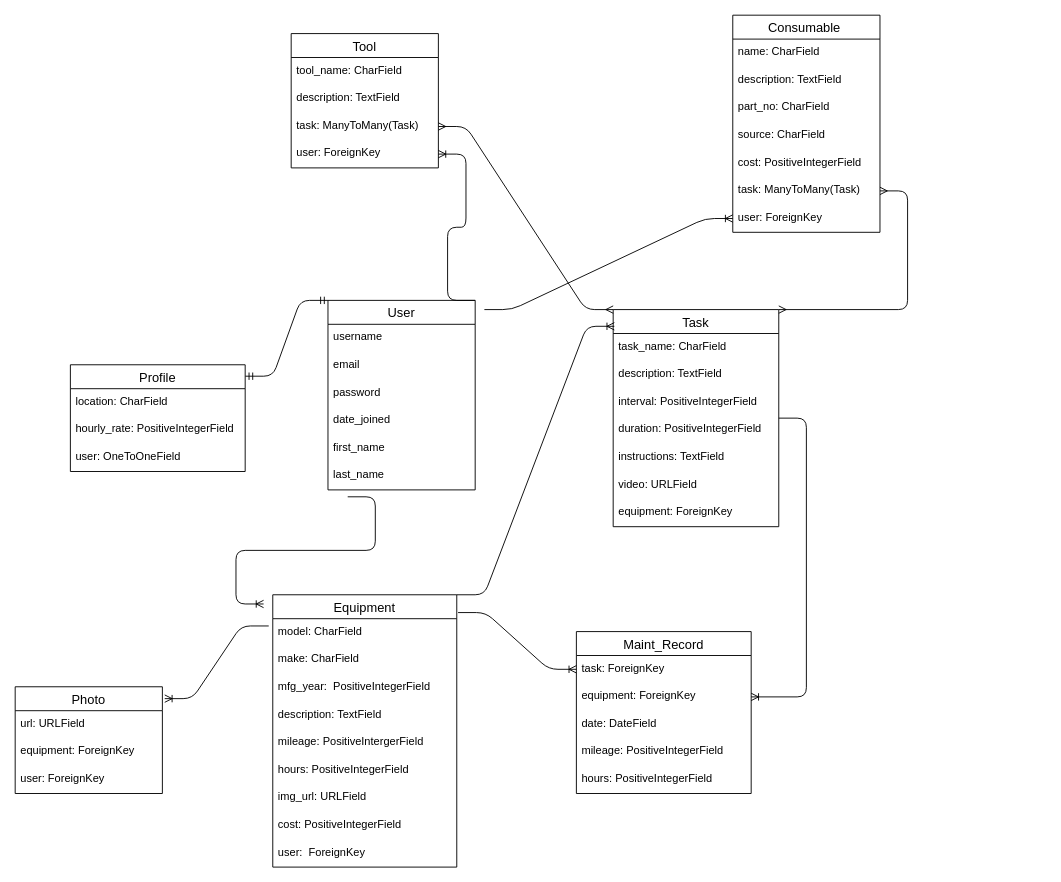
Earlier version of the draw.io diagram planning_docs/ERD.drawio (nistalb/Country-Mechanic). Source tidied: cells renumbered, new cells numbered last; positions are measured from the earlier drawing's top-left corner, leaving out a move shared by most shapes. Both pictures are drawn from the tidied source at 92%, with x=0, y=0 at pixel (15, 15).
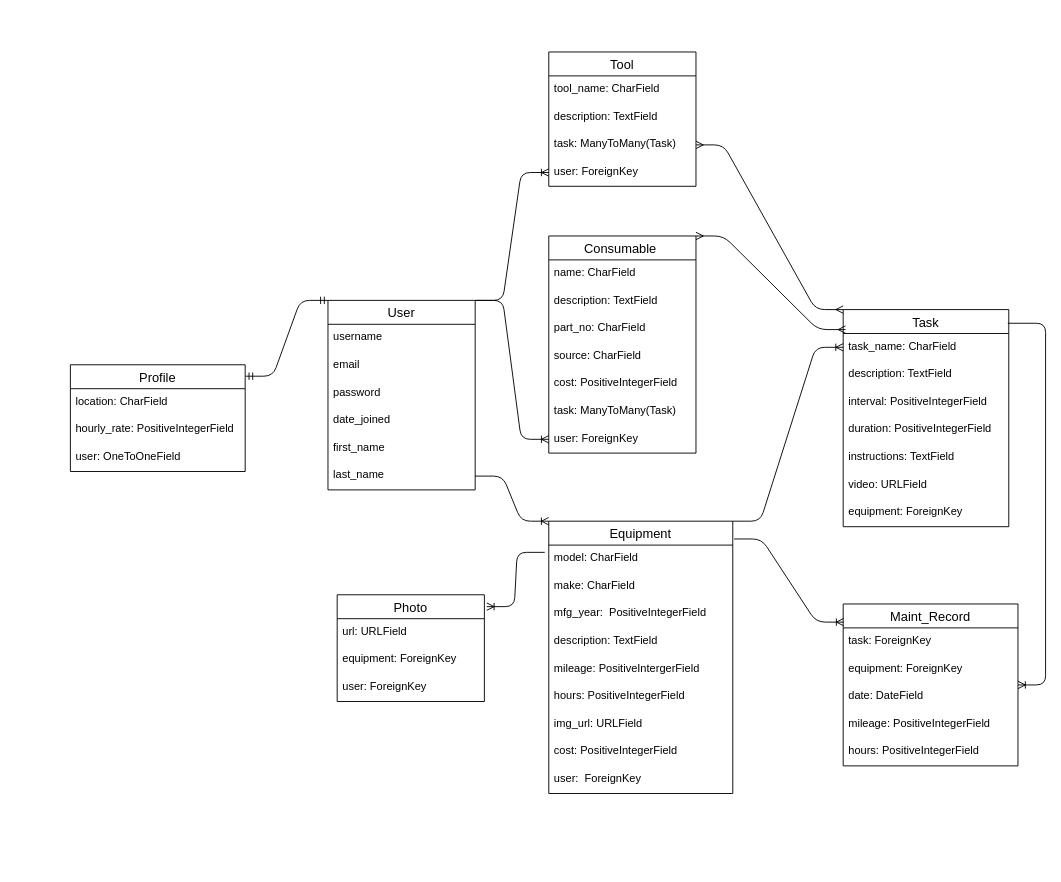
The same page after the edit.

Unchanged cells that the change refers to:
```xml
<mxCell id="8" value="last_name" style="text;strokeColor=none;fillColor=none;spacingLeft=4;spacingRight=4;overflow=hidden;points=[[0,0.5],[1,0.5]];portConstraint=eastwest;fontSize=12;" parent="2" vertex="1">
  <mxGeometry y="176" width="160" height="30" as="geometry" />
</mxCell>
<mxCell id="14" value="task_name: CharField" style="text;strokeColor=none;fillColor=none;spacingLeft=4;spacingRight=4;overflow=hidden;points=[[0,0.5],[1,0.5]];portConstraint=eastwest;fontSize=12;" parent="13" vertex="1">
  <mxGeometry y="26" width="180" height="30" as="geometry" />
</mxCell>
<mxCell id="32" value="task: ManyToMany(Task)" style="text;strokeColor=none;fillColor=none;spacingLeft=4;spacingRight=4;overflow=hidden;points=[[0,0.5],[1,0.5]];portConstraint=eastwest;fontSize=12;" parent="26" vertex="1">
  <mxGeometry y="176" width="160" height="30" as="geometry" />
</mxCell>
<mxCell id="33" value="user: ForeignKey" style="text;strokeColor=none;fillColor=none;spacingLeft=4;spacingRight=4;overflow=hidden;points=[[0,0.5],[1,0.5]];portConstraint=eastwest;fontSize=12;" parent="26" vertex="1">
  <mxGeometry y="206" width="160" height="30" as="geometry" />
</mxCell>
<mxCell id="35" value="model: CharField" style="text;strokeColor=none;fillColor=none;spacingLeft=4;spacingRight=4;overflow=hidden;points=[[0,0.5],[1,0.5]];portConstraint=eastwest;fontSize=12;" parent="34" vertex="1">
  <mxGeometry y="26" width="200" height="30" as="geometry" />
</mxCell>
<mxCell id="50" value="task: ForeignKey" style="text;strokeColor=none;fillColor=none;spacingLeft=4;spacingRight=4;overflow=hidden;points=[[0,0.5],[1,0.5]];portConstraint=eastwest;fontSize=12;" parent="49" vertex="1">
  <mxGeometry y="26" width="190" height="30" as="geometry" />
</mxCell>
<mxCell id="51" value="equipment: ForeignKey" style="text;strokeColor=none;fillColor=none;spacingLeft=4;spacingRight=4;overflow=hidden;points=[[0,0.5],[1,0.5]];portConstraint=eastwest;fontSize=12;" parent="49" vertex="1">
  <mxGeometry y="56" width="190" height="30" as="geometry" />
</mxCell>
```

Change to the diagram source:
```diff
@@
     <mxCell id="13" value="Task" style="swimlane;fontStyle=0;horizontal=1;startSize=26;align=center;fontSize=14;" parent="1" vertex="1">
-      <mxGeometry x="650" y="320" width="180" height="236" as="geometry" />
+      <mxGeometry x="900" y="320" width="180" height="236" as="geometry" />
     </mxCell>
@@
     <mxCell id="21" value="Tool" style="swimlane;fontStyle=0;horizontal=1;startSize=26;align=center;fontSize=14;" parent="1" vertex="1">
-      <mxGeometry x="300" y="20" width="160" height="146" as="geometry" />
+      <mxGeometry x="580" y="40" width="160" height="146" as="geometry" />
     </mxCell>
@@
     <mxCell id="26" value="Consumable " style="swimlane;fontStyle=0;horizontal=1;startSize=26;align=center;fontSize=14;" parent="1" vertex="1">
-      <mxGeometry x="780" width="160" height="236" as="geometry" />
+      <mxGeometry x="580" y="240" width="160" height="236" as="geometry" />
     </mxCell>
@@
     <mxCell id="34" value="Equipment" style="swimlane;fontStyle=0;horizontal=1;startSize=26;align=center;fontSize=14;" parent="1" vertex="1">
-      <mxGeometry x="280" y="630" width="200" height="296" as="geometry" />
+      <mxGeometry x="580" y="550" width="200" height="296" as="geometry" />
     </mxCell>
@@
-    <mxCell id="45" style="edgeStyle=entityRelationEdgeStyle;fontSize=12;html=1;endArrow=ERoneToMany;exitX=0.134;exitY=1.25;exitDx=0;exitDy=0;exitPerimeter=0;" parent="1" edge="1" source="8">
-      <mxGeometry relative="1" as="geometry">
-        <mxPoint x="270" y="640" as="targetPoint" />
-      </mxGeometry>
+    <mxCell id="45" style="edgeStyle=entityRelationEdgeStyle;fontSize=12;html=1;endArrow=ERoneToMany;exitX=1;exitY=0.5;exitDx=0;exitDy=0;entryX=0;entryY=0;entryDx=0;entryDy=0;" parent="1" edge="1" source="8" target="34">
+      <mxGeometry relative="1" as="geometry" />
     </mxCell>
-    <mxCell id="46" style="edgeStyle=entityRelationEdgeStyle;fontSize=12;html=1;endArrow=ERoneToMany;exitX=1;exitY=0;exitDx=0;exitDy=0;entryX=0.007;entryY=0.077;entryDx=0;entryDy=0;entryPerimeter=0;" parent="1" edge="1" source="34" target="13">
+    <mxCell id="46" style="edgeStyle=entityRelationEdgeStyle;fontSize=12;html=1;endArrow=ERoneToMany;exitX=1;exitY=0;exitDx=0;exitDy=0;entryX=0;entryY=0.5;entryDx=0;entryDy=0;" parent="1" edge="1" source="34" target="14">
       <mxGeometry relative="1" as="geometry" />
     </mxCell>
@@
-    <mxCell id="48" style="edgeStyle=entityRelationEdgeStyle;fontSize=12;html=1;endArrow=ERmany;startArrow=ERmany;exitX=1;exitY=0;exitDx=0;exitDy=0;" parent="1" edge="1" source="13" target="32">
+    <mxCell id="48" style="edgeStyle=entityRelationEdgeStyle;fontSize=12;html=1;endArrow=ERmany;startArrow=ERmany;exitX=0.014;exitY=-0.142;exitDx=0;exitDy=0;exitPerimeter=0;entryX=1;entryY=0;entryDx=0;entryDy=0;" parent="1" edge="1" source="14" target="26">
       <mxGeometry relative="1" as="geometry" />
     </mxCell>
     <mxCell id="49" value="Maint_Record" style="swimlane;fontStyle=0;horizontal=1;startSize=26;align=center;fontSize=14;" parent="1" vertex="1">
-      <mxGeometry x="610" y="670" width="190" height="176" as="geometry" />
+      <mxGeometry x="900" y="640" width="190" height="176" as="geometry" />
     </mxCell>
@@
-    <mxCell id="55" style="edgeStyle=entityRelationEdgeStyle;fontSize=12;html=1;endArrow=ERoneToMany;exitX=1.007;exitY=-0.222;exitDx=0;exitDy=0;entryX=0;entryY=0.5;entryDx=0;entryDy=0;exitPerimeter=0;" parent="1" edge="1" source="35" target="50">
+    <mxCell id="55" style="edgeStyle=entityRelationEdgeStyle;fontSize=12;html=1;endArrow=ERoneToMany;exitX=1.007;exitY=-0.222;exitDx=0;exitDy=0;entryX=0.003;entryY=0.112;entryDx=0;entryDy=0;exitPerimeter=0;entryPerimeter=0;" parent="1" edge="1" source="35" target="49">
       <mxGeometry relative="1" as="geometry" />
     </mxCell>
-    <mxCell id="56" style="edgeStyle=entityRelationEdgeStyle;fontSize=12;html=1;endArrow=ERoneToMany;" parent="1" edge="1" source="13" target="51">
-      <mxGeometry relative="1" as="geometry" />
-    </mxCell>
     <mxCell id="57" value="Photo" style="swimlane;fontStyle=0;horizontal=1;startSize=26;align=center;fontSize=14;" parent="1" vertex="1">
-      <mxGeometry y="730" width="160" height="116" as="geometry" />
+      <mxGeometry x="350" y="630" width="160" height="116" as="geometry" />
     </mxCell>
@@
     <mxCell id="63" style="edgeStyle=entityRelationEdgeStyle;fontSize=12;html=1;endArrow=ERoneToMany;entryX=0;entryY=0.5;entryDx=0;entryDy=0;" parent="1" edge="1" target="33">
       <mxGeometry relative="1" as="geometry">
-        <mxPoint x="510" y="320" as="sourcePoint" />
+        <mxPoint x="500" y="310" as="sourcePoint" />
       </mxGeometry>
     </mxCell>
+    <mxCell id="64" style="edgeStyle=entityRelationEdgeStyle;fontSize=12;html=1;endArrow=ERoneToMany;exitX=0.994;exitY=0.063;exitDx=0;exitDy=0;exitPerimeter=0;" parent="1" edge="1" source="13" target="49">
+      <mxGeometry relative="1" as="geometry" />
+    </mxCell>
```
